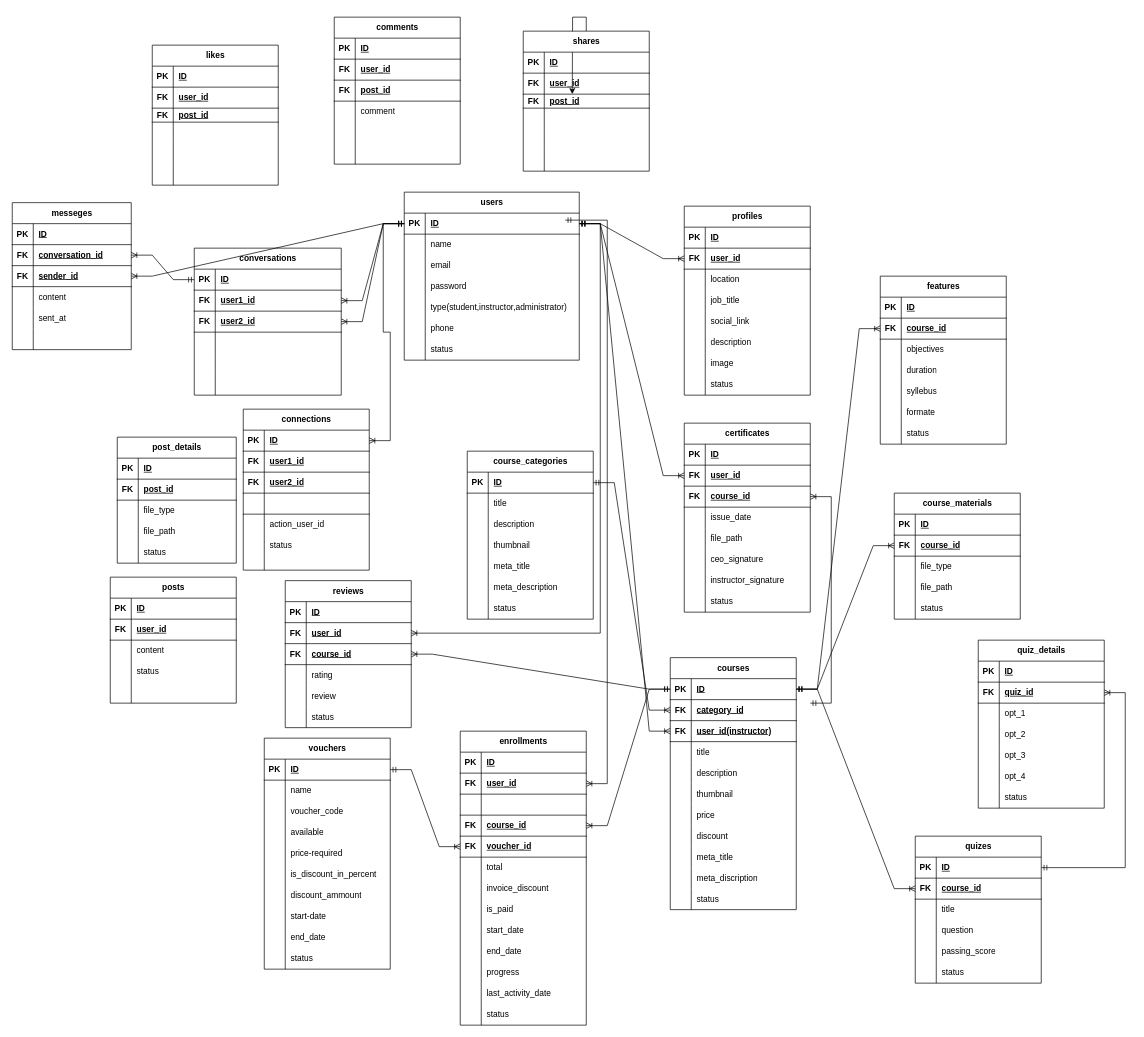
The draw.io diagram Untitled Diagram.drawio in Ishrat-Zahan/erd, before the edit. Source tidied: cells renumbered, new cells numbered last; positions are measured from the earlier drawing's top-left corner, leaving out a move shared by most shapes. Both pictures are drawn from the tidied source at 70%, with x=0, y=0 at pixel (12, 17).
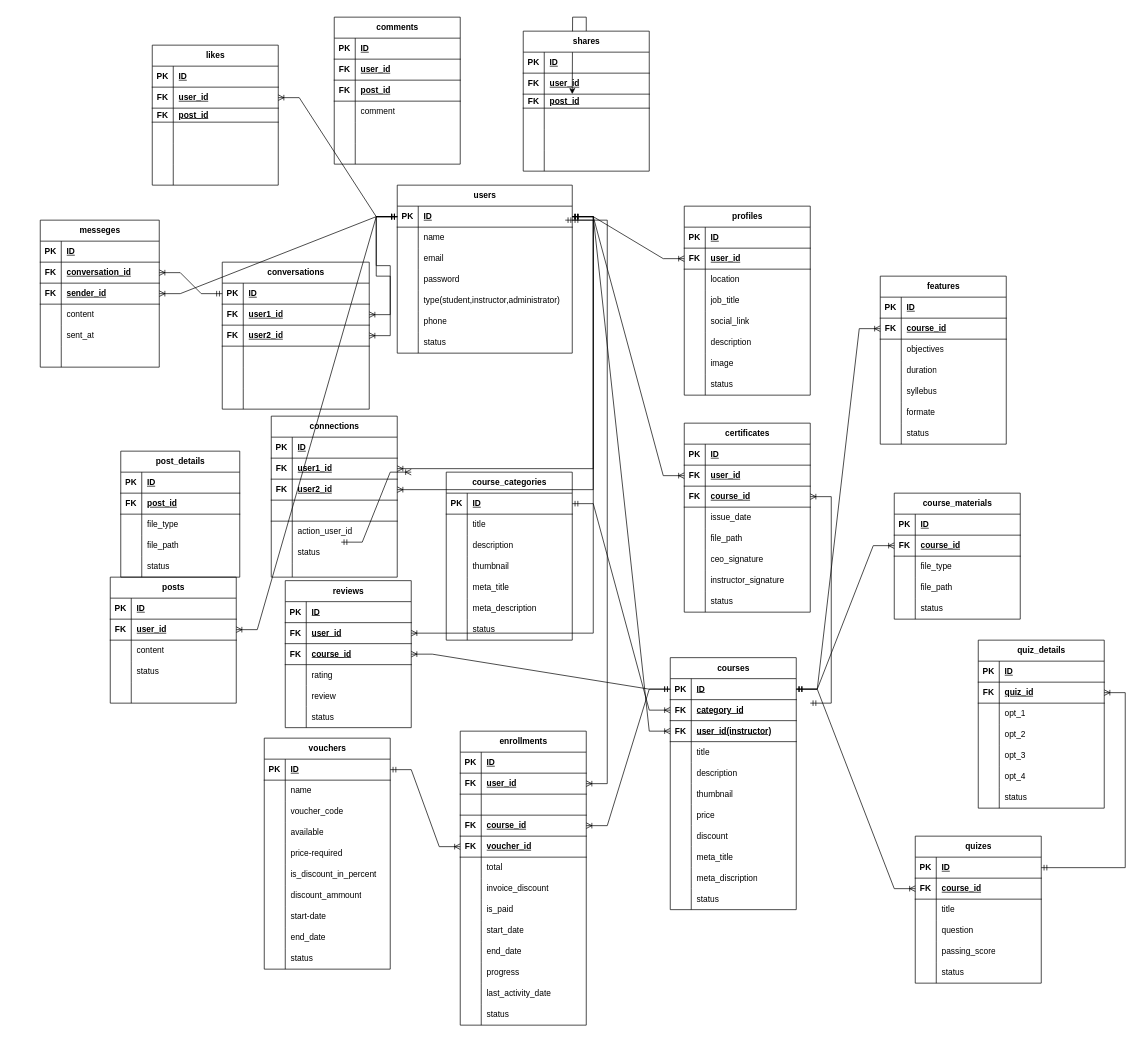
After the change.

The change refers to these unchanged cells:
```xml
<mxCell id="3" style="shape=tableRow;horizontal=0;startSize=0;swimlaneHead=0;swimlaneBody=0;fillColor=none;points=[[0,0.5],[1,0.5]];portConstraint=eastwest;top=0;left=0;right=0;bottom=1;" parent="2" vertex="1">
  <mxGeometry y="30" width="250" height="30" as="geometry" />
</mxCell>
<mxCell id="311" style="shape=tableRow;horizontal=0;startSize=0;swimlaneHead=0;swimlaneBody=0;fillColor=none;points=[[0,0.5],[1,0.5]];portConstraint=eastwest;top=0;left=0;right=0;bottom=1;" parent="310" vertex="1">
  <mxGeometry y="30" width="180" height="30" as="geometry" />
</mxCell>
<mxCell id="314" style="shape=tableRow;horizontal=0;startSize=0;swimlaneHead=0;swimlaneBody=0;fillColor=none;points=[[0,0.5],[1,0.5]];portConstraint=eastwest;top=0;left=0;right=0;bottom=1;" parent="310" vertex="1">
  <mxGeometry y="60" width="180" height="30" as="geometry" />
</mxCell>
<mxCell id="317" style="shape=tableRow;horizontal=0;startSize=0;swimlaneHead=0;swimlaneBody=0;fillColor=none;points=[[0,0.5],[1,0.5]];portConstraint=eastwest;top=0;left=0;right=0;bottom=1;" parent="310" vertex="1">
  <mxGeometry y="90" width="180" height="30" as="geometry" />
</mxCell>
<mxCell id="336" style="shape=tableRow;horizontal=0;startSize=0;swimlaneHead=0;swimlaneBody=0;fillColor=none;points=[[0,0.5],[1,0.5]];portConstraint=eastwest;top=0;left=0;right=0;bottom=1;" parent="332" vertex="1">
  <mxGeometry y="60" width="180" height="30" as="geometry" />
</mxCell>
<mxCell id="368" style="shape=tableRow;horizontal=0;startSize=0;swimlaneHead=0;swimlaneBody=0;fillColor=none;points=[[0,0.5],[1,0.5]];portConstraint=eastwest;top=0;left=0;right=0;bottom=1;" parent="364" vertex="1">
  <mxGeometry y="60" width="180" height="30" as="geometry" />
</mxCell>
```

What changed in the source:
```diff
@@
     <mxCell id="2" value="users" style="shape=table;startSize=30;childLayout=tableLayout;rowLines=0;fontStyle=1;align=center;html=1;" parent="1" vertex="1">
-      <mxGeometry x="560" y="250" width="250" height="240" as="geometry" />
+      <mxGeometry x="550" y="240" width="250" height="240" as="geometry" />
     </mxCell>
@@
     <mxCell id="49" value="course_categories" style="shape=table;startSize=30;childLayout=tableLayout;rowLines=0;fontStyle=1;align=center;html=1;" parent="1" vertex="1">
-      <mxGeometry x="650" y="620" width="180" height="240" as="geometry" />
+      <mxGeometry x="620" y="650" width="180" height="240" as="geometry" />
     </mxCell>
@@
     <mxCell id="310" value="connections" style="shape=table;startSize=30;childLayout=tableLayout;rowLines=0;fontStyle=1;align=center;html=1;" parent="1" vertex="1">
-      <mxGeometry x="330" y="560" width="180" height="230" as="geometry" />
+      <mxGeometry x="370" y="570" width="180" height="230" as="geometry" />
     </mxCell>
@@
     <mxCell id="348" value="post_details" style="shape=table;startSize=30;childLayout=tableLayout;rowLines=0;fontStyle=1;align=center;html=1;" parent="1" vertex="1">
-      <mxGeometry x="150" y="600" width="170" height="180" as="geometry" />
+      <mxGeometry x="155" y="620" width="170" height="180" as="geometry" />
     </mxCell>
@@
     <mxCell id="422" value="conversations" style="shape=table;startSize=30;childLayout=tableLayout;rowLines=0;fontStyle=1;align=center;html=1;" parent="1" vertex="1">
-      <mxGeometry x="260" y="330" width="210" height="210" as="geometry" />
+      <mxGeometry x="300" y="350" width="210" height="210" as="geometry" />
     </mxCell>
@@
     <mxCell id="441" value="messeges" style="shape=table;startSize=30;childLayout=tableLayout;rowLines=0;fontStyle=1;align=center;html=1;" parent="1" vertex="1">
-      <mxGeometry y="265" width="170" height="210" as="geometry" />
+      <mxGeometry x="40" y="290" width="170" height="210" as="geometry" />
     </mxCell>
@@
-    <mxCell id="467" style="edgeStyle=entityRelationEdgeStyle;fontSize=12;html=1;endArrow=ERoneToMany;startArrow=ERmandOne;rounded=0;" parent="1" edge="1" source="3" target="311">
+    <mxCell id="467" style="edgeStyle=entityRelationEdgeStyle;fontSize=12;html=1;endArrow=ERoneToMany;startArrow=ERmandOne;rounded=0;entryX=1;entryY=0.5;entryDx=0;entryDy=0;" parent="1" edge="1" source="3" target="314">
       <mxGeometry relative="1" as="geometry" />
     </mxCell>
+    <mxCell id="468" style="edgeStyle=entityRelationEdgeStyle;fontSize=12;html=1;endArrow=ERoneToMany;startArrow=ERmandOne;rounded=0;entryX=1;entryY=0.5;entryDx=0;entryDy=0;" parent="1" edge="1" target="317">
+      <mxGeometry relative="1" as="geometry">
+        <mxPoint x="800" y="290" as="sourcePoint" />
+      </mxGeometry>
+    </mxCell>
+    <mxCell id="469" style="edgeStyle=entityRelationEdgeStyle;fontSize=12;html=1;endArrow=ERoneToMany;startArrow=ERmandOne;rounded=0;entryX=1;entryY=0.5;entryDx=0;entryDy=0;exitX=0;exitY=0.5;exitDx=0;exitDy=0;" parent="1" edge="1" source="3" target="336">
+      <mxGeometry relative="1" as="geometry" />
+    </mxCell>
+    <mxCell id="470" style="edgeStyle=entityRelationEdgeStyle;fontSize=12;html=1;endArrow=ERoneToMany;startArrow=ERmandOne;rounded=0;entryX=1;entryY=0.5;entryDx=0;entryDy=0;exitX=0;exitY=0.5;exitDx=0;exitDy=0;" parent="1" edge="1" source="3" target="368">
+      <mxGeometry relative="1" as="geometry" />
+    </mxCell>
+    <mxCell id="471" style="edgeStyle=entityRelationEdgeStyle;fontSize=12;html=1;endArrow=ERoneToMany;startArrow=ERmandOne;rounded=0;" parent="1" edge="1">
+      <mxGeometry relative="1" as="geometry">
+        <mxPoint x="470" y="750" as="sourcePoint" />
+        <mxPoint x="570" y="650" as="targetPoint" />
+      </mxGeometry>
+    </mxCell>
```
